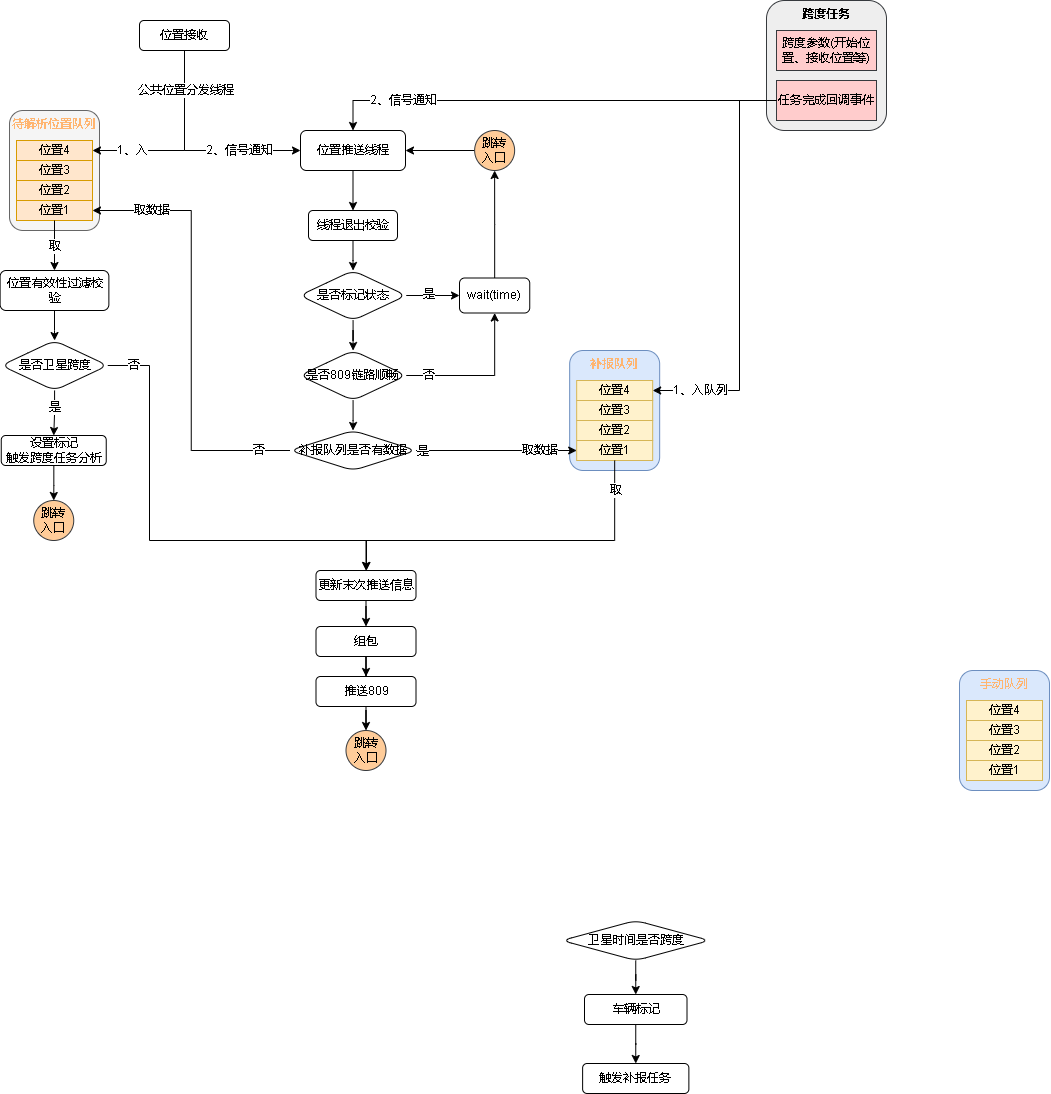
Before: 809数据跨度.drawio.png, a diagram exported from draw.io (xktder/draw). Source tidied: cells renumbered, new cells last; positions are measured from the earlier drawing's top-left corner, leaving out a move shared by most shapes.
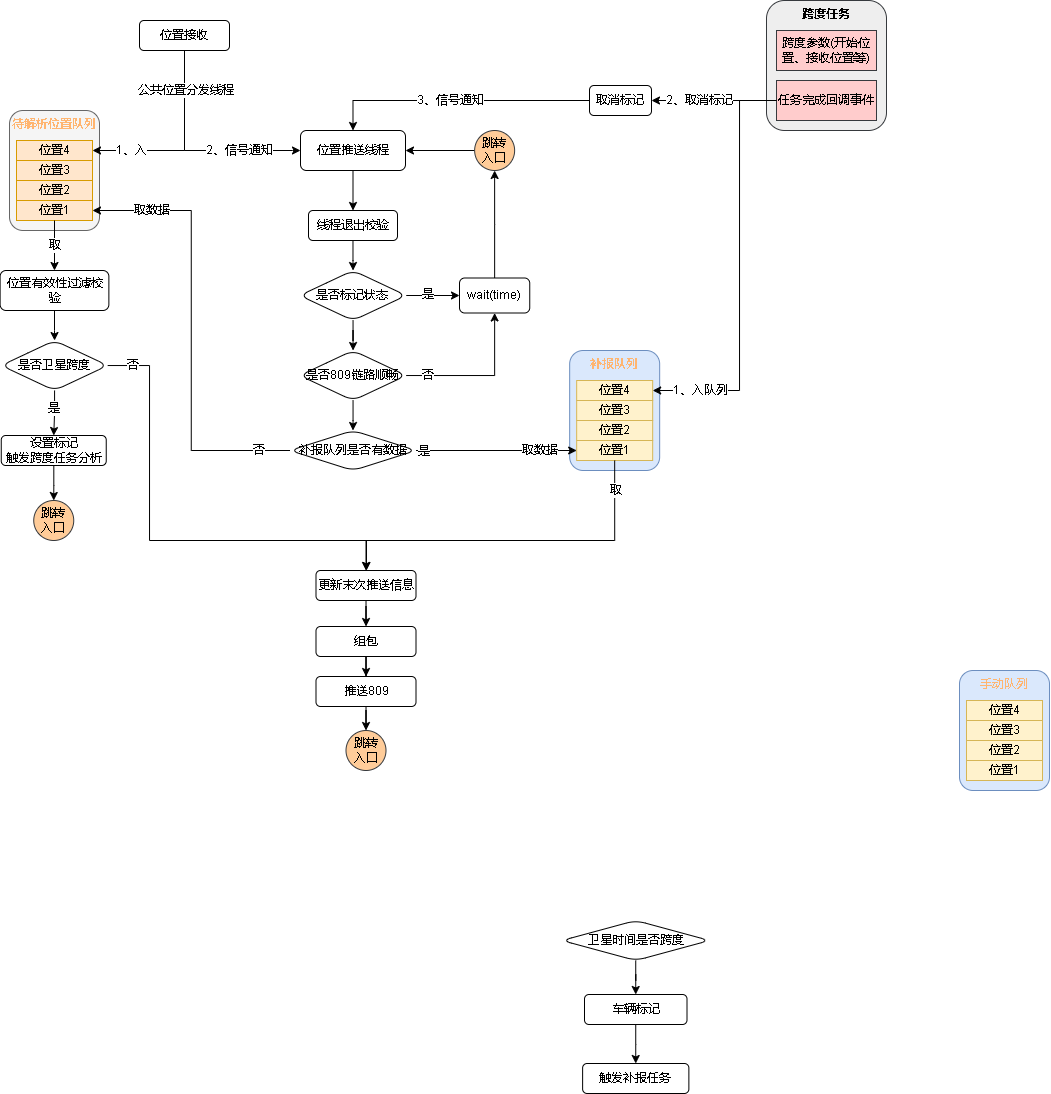
The same file after the commit.

Commit message:
更新809数据跨度.drawio.png

Diff of the diagram source:
```diff
@@ -271,12 +271,12 @@
     <mxCell id="78" value="任务完成回调事件" style="rounded=0;whiteSpace=wrap;html=1;fillColor=#ffcccc;strokeColor=#36393d;" parent="75" vertex="1">
       <mxGeometry x="10" y="80" width="100" height="40" as="geometry" />
     </mxCell>
-    <mxCell id="79" style="edgeStyle=orthogonalEdgeStyle;rounded=0;jettySize=auto;html=1;entryX=0.5;entryY=0;entryDx=0;entryDy=0;fontColor=#000000;" parent="1" edge="1" source="78" target="30">
+    <mxCell id="79" style="edgeStyle=orthogonalEdgeStyle;rounded=0;jettySize=auto;html=1;entryX=0.5;entryY=0;entryDx=0;entryDy=0;fontColor=#000000;startArrow=none;" parent="1" edge="1" source="83" target="30">
       <mxGeometry relative="1" as="geometry" />
     </mxCell>
-    <mxCell id="80" value="2、信号通知" style="edgeLabel;html=1;align=center;verticalAlign=middle;fontColor=#000000;" parent="79" vertex="1">
+    <mxCell id="80" value="3、信号通知" style="edgeLabel;html=1;align=center;verticalAlign=middle;fontColor=#000000;" parent="79" vertex="1">
       <mxGeometry x="0.5" y="-1" relative="1" as="geometry">
-        <mxPoint x="-33" y="1" as="offset" />
+        <mxPoint x="61" y="1" as="offset" />
       </mxGeometry>
     </mxCell>
     <mxCell id="81" style="edgeStyle=orthogonalEdgeStyle;rounded=0;jettySize=auto;html=1;entryX=1;entryY=0.5;entryDx=0;entryDy=0;fontColor=#000000;" parent="1" edge="1" source="78" target="18">
@@ -292,5 +292,16 @@
         <mxPoint x="-38" y="285" as="offset" />
       </mxGeometry>
     </mxCell>
+    <mxCell id="83" value="取消标记" style="rounded=1;whiteSpace=wrap;html=1;fontColor=#000000;" parent="1" vertex="1">
+      <mxGeometry x="589" y="85" width="62" height="30" as="geometry" />
+    </mxCell>
+    <mxCell id="84" style="edgeStyle=orthogonalEdgeStyle;rounded=0;jettySize=auto;html=1;entryX=1;entryY=0.5;entryDx=0;entryDy=0;fontColor=#000000;" parent="1" edge="1" source="78" target="83">
+      <mxGeometry relative="1" as="geometry" />
+    </mxCell>
+    <mxCell id="85" value="2、取消标记" style="edgeLabel;html=1;align=center;verticalAlign=middle;fontColor=#000000;" parent="84" vertex="1">
+      <mxGeometry x="0.35" y="-2" relative="1" as="geometry">
+        <mxPoint x="7" y="2" as="offset" />
+      </mxGeometry>
+    </mxCell>
   </root>
 </mxGraphModel>
```
